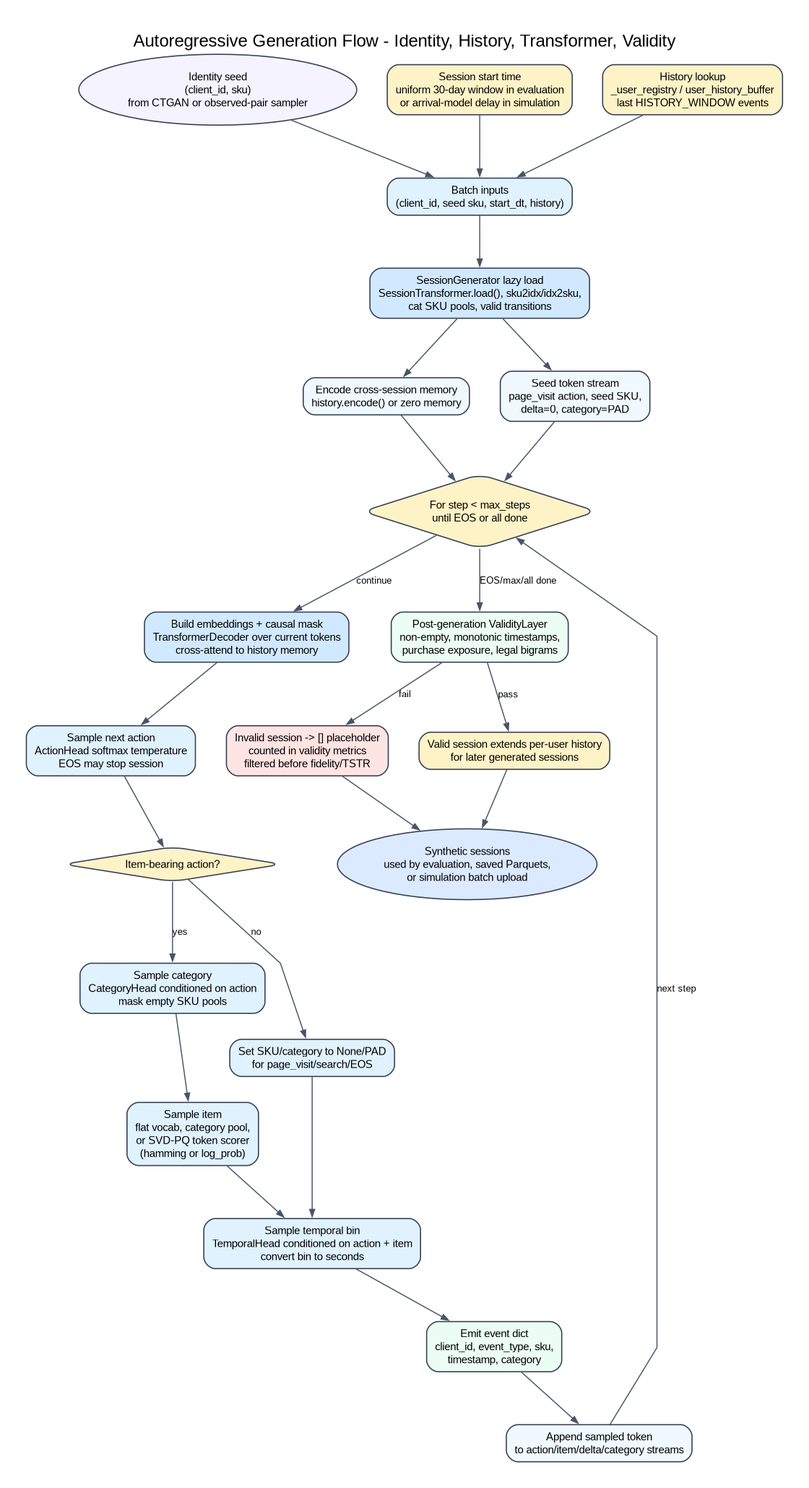
Before: code/diagrams/graphviz/09_flow_autoregressive_generation.png, a diagram exported from Graphviz (mofumail/synth-data-gen). Its source is kept beside it as code/diagrams/graphviz/09_flow_autoregressive_generation.dot.
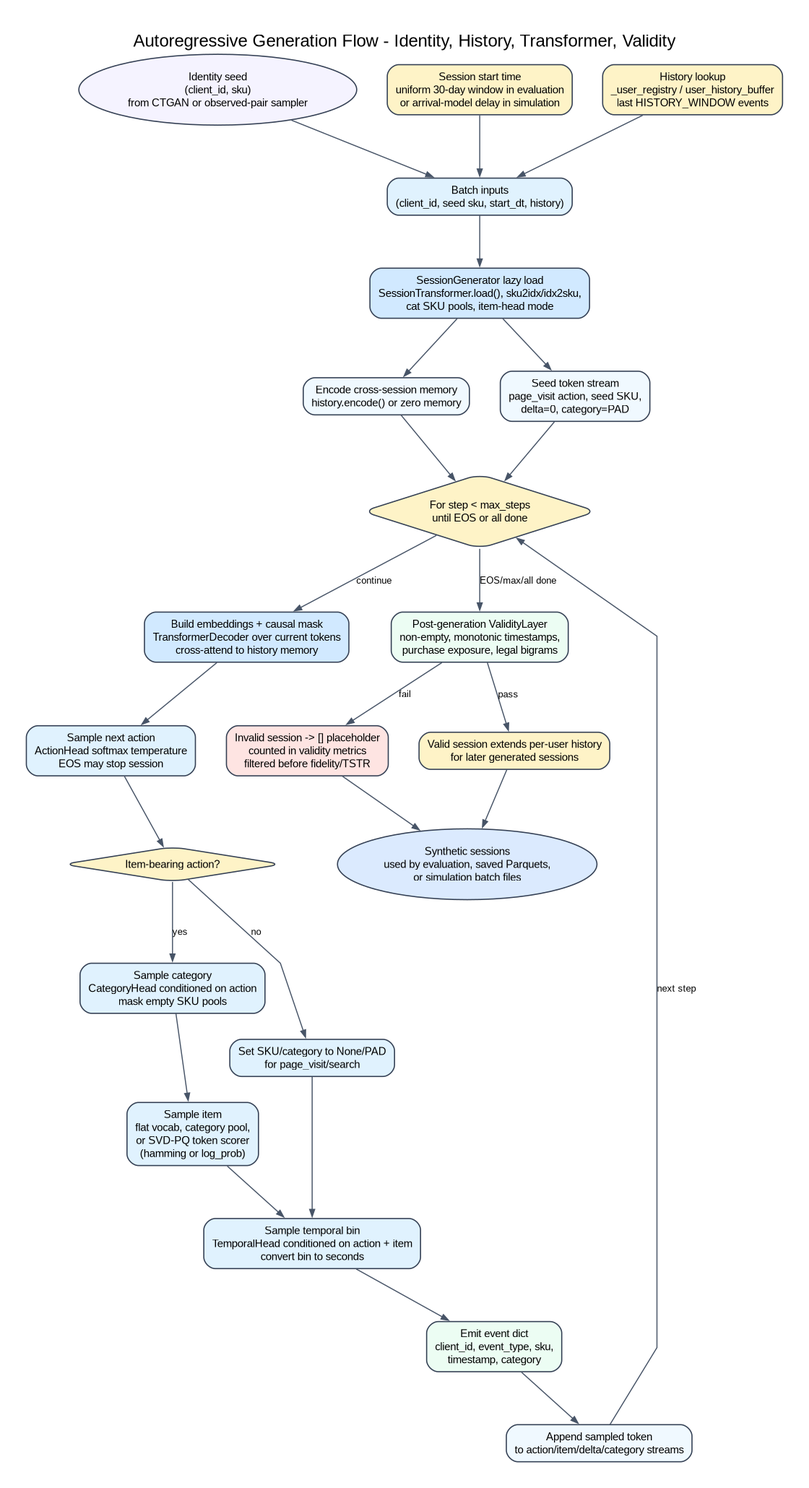
Above is the later version.

Change to the diagram source:
```diff
@@ -37,7 +37,7 @@
 start_time [label="Session start time\nuniform 30-day window in evaluation\nor arrival-model delay in simulation", fillcolor="#FEF3C7"];
 history_lookup [label="History lookup\n_user_registry / user_history_buffer\nlast HISTORY_WINDOW events", fillcolor="#FEF3C7"];
 batch_inputs [label="Batch inputs\n(client_id, seed sku, start_dt, history)", fillcolor="#E0F2FE"];
-load_model [label="SessionGenerator lazy load\nSessionTransformer.load(), sku2idx/idx2sku,\ncat SKU pools, valid transitions", fillcolor="#D1E9FF"];
+load_model [label="SessionGenerator lazy load\nSessionTransformer.load(), sku2idx/idx2sku,\ncat SKU pools, item-head mode", fillcolor="#D1E9FF"];
 memory [label="Encode cross-session memory\nhistory.encode() or zero memory", fillcolor="#F0F9FF"];
 seed_tokens [label="Seed token stream\npage_visit action, seed SKU,\ndelta=0, category=PAD", fillcolor="#F0F9FF"];
 loop [label="For step < max_steps\nuntil EOS or all done", shape=diamond, fillcolor="#FEF3C7"];
@@ -46,14 +46,14 @@
 is_item [label="Item-bearing action?", shape=diamond, fillcolor="#FEF3C7"];
 category [label="Sample category\nCategoryHead conditioned on action\nmask empty SKU pools", fillcolor="#E0F2FE"];
 item [label="Sample item\nflat vocab, category pool,\nor SVD-PQ token scorer\n(hamming or log_prob)", fillcolor="#E0F2FE"];
-no_item [label="Set SKU/category to None/PAD\nfor page_visit/search/EOS", fillcolor="#E0F2FE"];
+no_item [label="Set SKU/category to None/PAD\nfor page_visit/search", fillcolor="#E0F2FE"];
 temporal [label="Sample temporal bin\nTemporalHead conditioned on action + item\nconvert bin to seconds", fillcolor="#E0F2FE"];
 emit [label="Emit event dict\nclient_id, event_type, sku,\ntimestamp, category", fillcolor="#ECFDF3"];
 append [label="Append sampled token\nto action/item/delta/category streams", fillcolor="#F0F9FF"];
 validity [label="Post-generation ValidityLayer\nnon-empty, monotonic timestamps,\npurchase exposure, legal bigrams", fillcolor="#ECFDF3"];
 empty [label="Invalid session -> [] placeholder\ncounted in validity metrics\nfiltered before fidelity/TSTR", fillcolor="#FEE4E2"];
 registry [label="Valid session extends per-user history\nfor later generated sessions", fillcolor="#FEF3C7"];
-out [label="Synthetic sessions\nused by evaluation, saved Parquets,\nor simulation batch upload", shape=oval, fillcolor="#DBEAFE"];
+out [label="Synthetic sessions\nused by evaluation, saved Parquets,\nor simulation batch files", shape=oval, fillcolor="#DBEAFE"];
 
 seed -> batch_inputs;
 start_time -> batch_inputs;
```
